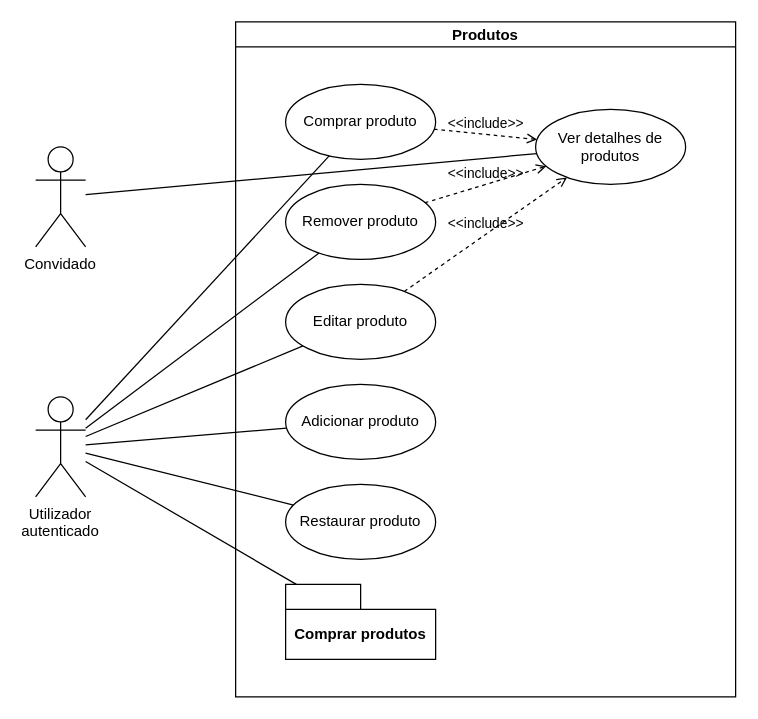
The draw.io diagram page "Produtos" (4 of 4) of Requisitos.drawio in Krfld/ISEL-ES, before the edit. Source tidied: cells renumbered, new cells numbered last; positions are measured from the earlier drawing's top-left corner, leaving out a move shared by most shapes. Both pictures are drawn from the tidied source at 125%, with x=0, y=0 at pixel (35, 21).
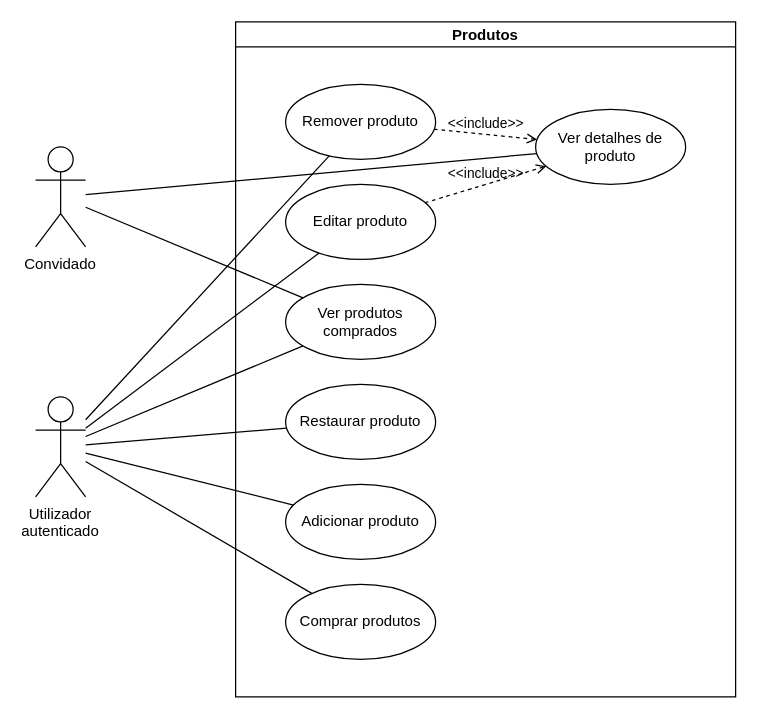
The same page after the edit.

Unchanged cells that the change refers to:
```xml
<mxCell id="2" value="Produtos" style="swimlane;startSize=20;" parent="1" vertex="1">
  <mxGeometry x="160" width="400" height="540" as="geometry" />
</mxCell>
<mxCell id="18" value="&lt;span&gt;Utilizador autenticado&lt;/span&gt;" style="shape=umlActor;verticalLabelPosition=bottom;verticalAlign=top;html=1;whiteSpace=wrap;" parent="1" vertex="1">
  <mxGeometry y="300" width="40" height="80" as="geometry" />
</mxCell>
<mxCell id="20" value="Convidado" style="shape=umlActor;verticalLabelPosition=bottom;verticalAlign=top;html=1;whiteSpace=wrap;" parent="1" vertex="1">
  <mxGeometry y="100" width="40" height="80" as="geometry" />
</mxCell>
```

What changed in the source:
```diff
@@
-    <mxCell id="3" value="Ver detalhes de produtos" style="ellipse;whiteSpace=wrap;" parent="2" vertex="1">
+    <mxCell id="3" value="Ver detalhes de produto" style="ellipse;whiteSpace=wrap;" parent="2" vertex="1">
       <mxGeometry x="240" y="70" width="120" height="60" as="geometry" />
     </mxCell>
     <mxCell id="4" value="Editar produto" style="ellipse;whiteSpace=wrap;" parent="2" vertex="1">
-      <mxGeometry x="40" y="210" width="120" height="60" as="geometry" />
+      <mxGeometry x="40" y="130" width="120" height="60" as="geometry" />
     </mxCell>
@@
     <mxCell id="6" value="Adicionar produto" style="ellipse;whiteSpace=wrap;" parent="2" vertex="1">
-      <mxGeometry x="40" y="290" width="120" height="60" as="geometry" />
+      <mxGeometry x="40" y="370" width="120" height="60" as="geometry" />
     </mxCell>
     <mxCell id="7" value="Remover produto" style="ellipse;whiteSpace=wrap;" parent="2" vertex="1">
-      <mxGeometry x="40" y="130" width="120" height="60" as="geometry" />
+      <mxGeometry x="40" y="50" width="120" height="60" as="geometry" />
     </mxCell>
@@
     <mxCell id="9" value="Restaurar produto" style="ellipse;whiteSpace=wrap;" parent="2" vertex="1">
-      <mxGeometry x="40" y="370" width="120" height="60" as="geometry" />
+      <mxGeometry x="40" y="290" width="120" height="60" as="geometry" />
     </mxCell>
-    <mxCell id="10" value="Comprar produto" style="ellipse;whiteSpace=wrap;" parent="2" vertex="1">
-      <mxGeometry x="40" y="50" width="120" height="60" as="geometry" />
-    </mxCell>
-    <mxCell id="11" value="&amp;lt;&amp;lt;include&amp;gt;&amp;gt;" style="html=1;verticalAlign=bottom;labelBackgroundColor=none;endArrow=open;endFill=0;dashed=1;curved=1;" parent="2" edge="1" source="10" target="3">
-      <mxGeometry relative="1" as="geometry" />
-    </mxCell>
-    <mxCell id="12" value="Comprar produtos" style="shape=folder;fontStyle=1;tabWidth=60;tabHeight=20;tabPosition=left;html=1;boundedLbl=1;whiteSpace=wrap;" parent="2" vertex="1">
+    <mxCell id="12" value="Comprar produtos" style="ellipse;whiteSpace=wrap;" parent="2" vertex="1">
       <mxGeometry x="40" y="450" width="120" height="60" as="geometry" />
     </mxCell>
+    <mxCell id="22" value="Ver produtos comprados" style="ellipse;whiteSpace=wrap;" parent="2" vertex="1">
+      <mxGeometry x="40" y="210" width="120" height="60" as="geometry" />
+    </mxCell>
@@
-    <mxCell id="17" style="edgeStyle=none;curved=1;jettySize=auto;html=1;endArrow=none;endFill=0;" parent="1" edge="1" source="18" target="10">
-      <mxGeometry relative="1" as="geometry" />
-    </mxCell>
@@
+    <mxCell id="23" style="edgeStyle=none;curved=1;jettySize=auto;html=1;endArrow=none;endFill=0;" parent="1" edge="1" source="18" target="22">
+      <mxGeometry relative="1" as="geometry" />
+    </mxCell>
+    <mxCell id="24" style="edgeStyle=none;curved=1;jettySize=auto;html=1;endArrow=none;endFill=0;" parent="1" edge="1" source="20" target="22">
+      <mxGeometry relative="1" as="geometry" />
+    </mxCell>
```
